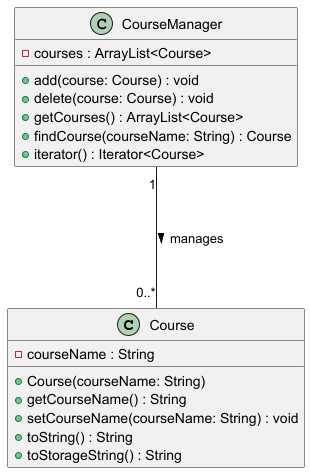
This is docs/diagrams/CourseClassDiagram.png from t-kandasami/tp, a PlantUML export, as it was before one commit. Its diagram source:
```plantuml
@startuml
class Course {
    - courseName : String
    + Course(courseName: String)
    + getCourseName() : String
    + setCourseName(courseName: String) : void
    + toString() : String
    + toStorageString() : String
}

class CourseManager {
    - courses : ArrayList<Course>
    + add(course: Course) : void
    + delete(course: Course) : void
    + getCourses() : ArrayList<Course>
    + findCourse(courseName: String) : Course
    + iterator() : Iterator<Course>
}

CourseManager "1" --- "0..*" Course : manages >
@enduml
```
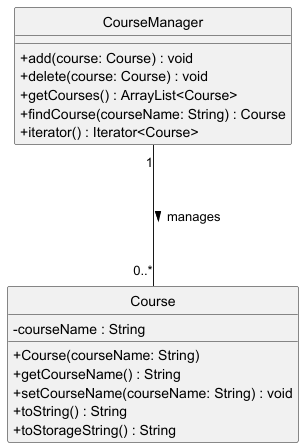
The same file after the commit.

Diff of the diagram source:
```diff
@@ -1,4 +1,7 @@
 @startuml
+skinparam ClassAttributeIconSize 0
+hide circle
+
 class Course {
     - courseName : String
     + Course(courseName: String)
@@ -9,7 +12,6 @@
 }
 
 class CourseManager {
-    - courses : ArrayList<Course>
     + add(course: Course) : void
     + delete(course: Course) : void
     + getCourses() : ArrayList<Course>
```
